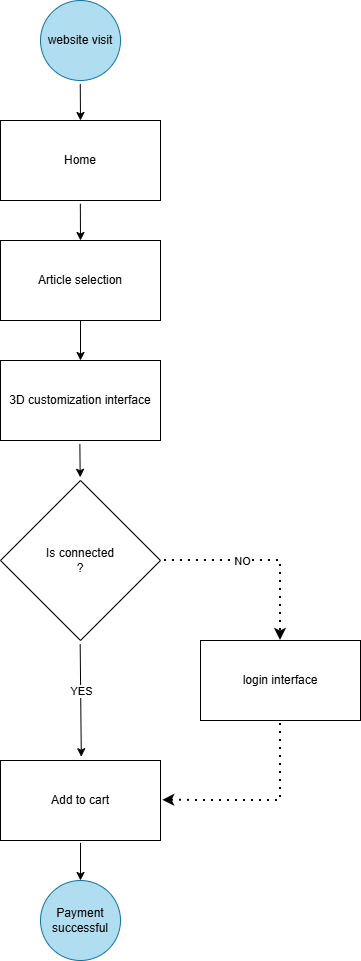
Gr3nvaltBlack/XYZ-Axis-Space keeps this draw.io diagram as documents/flows/MacroFlow.png. Above is the earlier version. Source tidied: cells renumbered, new cells last; positions are measured from the earlier drawing's top-left corner, leaving out a move shared by most shapes. The source it was exported from:
```xml
<mxGraphModel>
  <root>
    <mxCell id="0" />
    <mxCell id="1" parent="0" />
    <mxCell id="2" value="website visit" style="ellipse;whiteSpace=wrap;html=1;fillColor=#b1ddf0;strokeColor=#10739e;" parent="1" vertex="1">
      <mxGeometry x="40" width="80" height="80" as="geometry" />
    </mxCell>
    <mxCell id="3" value="Home" style="rounded=0;whiteSpace=wrap;html=1;" parent="1" vertex="1">
      <mxGeometry y="120" width="160" height="80" as="geometry" />
    </mxCell>
    <mxCell id="4" value="Article selection" style="rounded=0;whiteSpace=wrap;html=1;" parent="1" vertex="1">
      <mxGeometry y="240" width="160" height="80" as="geometry" />
    </mxCell>
    <mxCell id="5" style="endArrow=classic;html=1;rounded=0;exitX=0.5;exitY=1;exitDx=0;exitDy=0;entryX=0.5;entryY=0;entryDx=0;entryDy=0;" parent="1" edge="1" source="4" target="6">
      <mxGeometry relative="1" as="geometry" />
    </mxCell>
    <mxCell id="6" value="3D customization interface" style="rounded=0;whiteSpace=wrap;html=1;" parent="1" vertex="1">
      <mxGeometry y="360" width="160" height="80" as="geometry" />
    </mxCell>
    <mxCell id="7" style="endArrow=classic;html=1;rounded=0;exitX=0.497;exitY=1.043;exitDx=0;exitDy=0;exitPerimeter=0;entryX=0.5;entryY=0;entryDx=0;entryDy=0;" parent="1" edge="1" source="2" target="3">
      <mxGeometry relative="1" as="geometry" />
    </mxCell>
    <mxCell id="8" style="endArrow=classic;html=1;rounded=0;entryX=0.5;entryY=0;entryDx=0;entryDy=0;exitX=0.499;exitY=1.04;exitDx=0;exitDy=0;exitPerimeter=0;" parent="1" edge="1" source="3" target="4">
      <mxGeometry relative="1" as="geometry" />
    </mxCell>
    <mxCell id="9" value="Is connected&lt;div&gt;?&lt;/div&gt;" style="rhombus;whiteSpace=wrap;html=1;" parent="1" vertex="1">
      <mxGeometry y="480" width="160" height="160" as="geometry" />
    </mxCell>
    <mxCell id="10" style="endArrow=classic;html=1;rounded=0;entryX=0.498;entryY=-0.02;entryDx=0;entryDy=0;entryPerimeter=0;exitX=0.496;exitY=1.045;exitDx=0;exitDy=0;exitPerimeter=0;" parent="1" edge="1" source="6" target="9">
      <mxGeometry relative="1" as="geometry" />
    </mxCell>
    <mxCell id="11" style="endArrow=classic;html=1;rounded=0;exitX=0.498;exitY=1.022;exitDx=0;exitDy=0;exitPerimeter=0;entryX=0.505;entryY=-0.047;entryDx=0;entryDy=0;entryPerimeter=0;" parent="1" edge="1" source="9" target="14">
      <mxGeometry relative="1" as="geometry" />
    </mxCell>
    <mxCell id="12" value="YES" style="edgeLabel;html=1;align=center;verticalAlign=middle;" parent="11" vertex="1">
      <mxGeometry x="-0.16" y="1" relative="1" as="geometry">
        <mxPoint x="-1" as="offset" />
      </mxGeometry>
    </mxCell>
    <mxCell id="13" value="login interface" style="rounded=0;whiteSpace=wrap;html=1;" parent="1" vertex="1">
      <mxGeometry x="200" y="640" width="160" height="80" as="geometry" />
    </mxCell>
    <mxCell id="14" value="Add to cart" style="rounded=0;whiteSpace=wrap;html=1;" parent="1" vertex="1">
      <mxGeometry y="760" width="160" height="80" as="geometry" />
    </mxCell>
    <mxCell id="15" style="endArrow=classic;dashed=1;html=1;dashPattern=1 3;strokeWidth=2;rounded=0;endFill=1;entryX=0.5;entryY=0;entryDx=0;entryDy=0;" parent="1" edge="1" target="13">
      <mxGeometry relative="1" as="geometry">
        <mxPoint x="164" y="560" as="sourcePoint" />
        <Array as="points">
          <mxPoint x="280" y="560" />
        </Array>
      </mxGeometry>
    </mxCell>
    <mxCell id="16" value="NO" style="edgeLabel;html=1;align=center;verticalAlign=middle;" parent="15" vertex="1">
      <mxGeometry x="-0.22" y="1" relative="1" as="geometry">
        <mxPoint y="1" as="offset" />
      </mxGeometry>
    </mxCell>
    <mxCell id="17" style="endArrow=classic;dashed=1;html=1;dashPattern=1 3;strokeWidth=2;rounded=0;endFill=1;exitX=0.5;exitY=1.038;exitDx=0;exitDy=0;exitPerimeter=0;entryX=1.014;entryY=0.498;entryDx=0;entryDy=0;entryPerimeter=0;" parent="1" edge="1" source="13" target="14">
      <mxGeometry relative="1" as="geometry">
        <Array as="points">
          <mxPoint x="280" y="800" />
        </Array>
      </mxGeometry>
    </mxCell>
    <mxCell id="18" style="endArrow=classic;html=1;rounded=0;exitX=0.5;exitY=1.03;exitDx=0;exitDy=0;exitPerimeter=0;entryX=0.5;entryY=0;entryDx=0;entryDy=0;" parent="1" edge="1" source="14" target="19">
      <mxGeometry relative="1" as="geometry" />
    </mxCell>
    <mxCell id="19" value="Payment successful" style="ellipse;whiteSpace=wrap;html=1;fillColor=#b1ddf0;strokeColor=#10739e;" parent="1" vertex="1">
      <mxGeometry x="40" y="880" width="80" height="80" as="geometry" />
    </mxCell>
  </root>
</mxGraphModel>
```
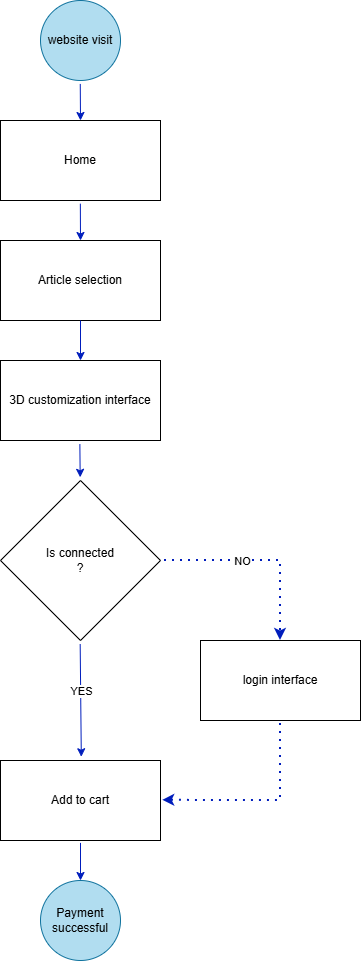
The same diagram one commit later.

Commit message:
Adding color to the arrows

The edit, as a diff of the source:
```diff
@@ -11,25 +11,25 @@
     <mxCell id="4" value="Article selection" style="rounded=0;whiteSpace=wrap;html=1;" parent="1" vertex="1">
       <mxGeometry y="240" width="160" height="80" as="geometry" />
     </mxCell>
-    <mxCell id="5" style="endArrow=classic;html=1;rounded=0;exitX=0.5;exitY=1;exitDx=0;exitDy=0;entryX=0.5;entryY=0;entryDx=0;entryDy=0;" parent="1" edge="1" source="4" target="6">
+    <mxCell id="5" style="endArrow=classic;html=1;rounded=0;exitX=0.5;exitY=1;exitDx=0;exitDy=0;entryX=0.5;entryY=0;entryDx=0;entryDy=0;fillColor=#0050ef;strokeColor=#001DBC;" parent="1" edge="1" source="4" target="6">
       <mxGeometry relative="1" as="geometry" />
     </mxCell>
     <mxCell id="6" value="3D customization interface" style="rounded=0;whiteSpace=wrap;html=1;" parent="1" vertex="1">
       <mxGeometry y="360" width="160" height="80" as="geometry" />
     </mxCell>
-    <mxCell id="7" style="endArrow=classic;html=1;rounded=0;exitX=0.497;exitY=1.043;exitDx=0;exitDy=0;exitPerimeter=0;entryX=0.5;entryY=0;entryDx=0;entryDy=0;" parent="1" edge="1" source="2" target="3">
+    <mxCell id="7" style="endArrow=classic;html=1;rounded=0;exitX=0.497;exitY=1.043;exitDx=0;exitDy=0;exitPerimeter=0;entryX=0.5;entryY=0;entryDx=0;entryDy=0;fillColor=#0050ef;strokeColor=#001DBC;" parent="1" edge="1" source="2" target="3">
       <mxGeometry relative="1" as="geometry" />
     </mxCell>
-    <mxCell id="8" style="endArrow=classic;html=1;rounded=0;entryX=0.5;entryY=0;entryDx=0;entryDy=0;exitX=0.499;exitY=1.04;exitDx=0;exitDy=0;exitPerimeter=0;" parent="1" edge="1" source="3" target="4">
+    <mxCell id="8" style="endArrow=classic;html=1;rounded=0;entryX=0.5;entryY=0;entryDx=0;entryDy=0;exitX=0.499;exitY=1.04;exitDx=0;exitDy=0;exitPerimeter=0;fillColor=#0050ef;strokeColor=#001DBC;" parent="1" edge="1" source="3" target="4">
       <mxGeometry relative="1" as="geometry" />
     </mxCell>
     <mxCell id="9" value="Is connected&lt;div&gt;?&lt;/div&gt;" style="rhombus;whiteSpace=wrap;html=1;" parent="1" vertex="1">
       <mxGeometry y="480" width="160" height="160" as="geometry" />
     </mxCell>
-    <mxCell id="10" style="endArrow=classic;html=1;rounded=0;entryX=0.498;entryY=-0.02;entryDx=0;entryDy=0;entryPerimeter=0;exitX=0.496;exitY=1.045;exitDx=0;exitDy=0;exitPerimeter=0;" parent="1" edge="1" source="6" target="9">
+    <mxCell id="10" style="endArrow=classic;html=1;rounded=0;entryX=0.498;entryY=-0.02;entryDx=0;entryDy=0;entryPerimeter=0;exitX=0.496;exitY=1.045;exitDx=0;exitDy=0;exitPerimeter=0;fillColor=#0050ef;strokeColor=#001DBC;" parent="1" edge="1" source="6" target="9">
       <mxGeometry relative="1" as="geometry" />
     </mxCell>
-    <mxCell id="11" style="endArrow=classic;html=1;rounded=0;exitX=0.498;exitY=1.022;exitDx=0;exitDy=0;exitPerimeter=0;entryX=0.505;entryY=-0.047;entryDx=0;entryDy=0;entryPerimeter=0;" parent="1" edge="1" source="9" target="14">
+    <mxCell id="11" style="endArrow=classic;html=1;rounded=0;exitX=0.498;exitY=1.022;exitDx=0;exitDy=0;exitPerimeter=0;entryX=0.505;entryY=-0.047;entryDx=0;entryDy=0;entryPerimeter=0;fillColor=#0050ef;strokeColor=#001DBC;" parent="1" edge="1" source="9" target="14">
       <mxGeometry relative="1" as="geometry" />
     </mxCell>
     <mxCell id="12" value="YES" style="edgeLabel;html=1;align=center;verticalAlign=middle;" parent="11" vertex="1">
@@ -43,7 +43,7 @@
     <mxCell id="14" value="Add to cart" style="rounded=0;whiteSpace=wrap;html=1;" parent="1" vertex="1">
       <mxGeometry y="760" width="160" height="80" as="geometry" />
     </mxCell>
-    <mxCell id="15" style="endArrow=classic;dashed=1;html=1;dashPattern=1 3;strokeWidth=2;rounded=0;endFill=1;entryX=0.5;entryY=0;entryDx=0;entryDy=0;" parent="1" edge="1" target="13">
+    <mxCell id="15" style="endArrow=classic;dashed=1;html=1;dashPattern=1 3;strokeWidth=2;rounded=0;endFill=1;entryX=0.5;entryY=0;entryDx=0;entryDy=0;fillColor=#0050ef;strokeColor=#001DBC;" parent="1" edge="1" target="13">
       <mxGeometry relative="1" as="geometry">
         <mxPoint x="164" y="560" as="sourcePoint" />
         <Array as="points">
@@ -56,14 +56,14 @@
         <mxPoint y="1" as="offset" />
       </mxGeometry>
     </mxCell>
-    <mxCell id="17" style="endArrow=classic;dashed=1;html=1;dashPattern=1 3;strokeWidth=2;rounded=0;endFill=1;exitX=0.5;exitY=1.038;exitDx=0;exitDy=0;exitPerimeter=0;entryX=1.014;entryY=0.498;entryDx=0;entryDy=0;entryPerimeter=0;" parent="1" edge="1" source="13" target="14">
+    <mxCell id="17" style="endArrow=classic;dashed=1;html=1;dashPattern=1 3;strokeWidth=2;rounded=0;endFill=1;exitX=0.5;exitY=1.038;exitDx=0;exitDy=0;exitPerimeter=0;entryX=1.014;entryY=0.498;entryDx=0;entryDy=0;entryPerimeter=0;fillColor=#0050ef;strokeColor=#001DBC;" parent="1" edge="1" source="13" target="14">
       <mxGeometry relative="1" as="geometry">
         <Array as="points">
           <mxPoint x="280" y="800" />
         </Array>
       </mxGeometry>
     </mxCell>
-    <mxCell id="18" style="endArrow=classic;html=1;rounded=0;exitX=0.5;exitY=1.03;exitDx=0;exitDy=0;exitPerimeter=0;entryX=0.5;entryY=0;entryDx=0;entryDy=0;" parent="1" edge="1" source="14" target="19">
+    <mxCell id="18" style="endArrow=classic;html=1;rounded=0;exitX=0.5;exitY=1.03;exitDx=0;exitDy=0;exitPerimeter=0;entryX=0.5;entryY=0;entryDx=0;entryDy=0;fillColor=#0050ef;strokeColor=#001DBC;" parent="1" edge="1" source="14" target="19">
       <mxGeometry relative="1" as="geometry" />
     </mxCell>
     <mxCell id="19" value="Payment successful" style="ellipse;whiteSpace=wrap;html=1;fillColor=#b1ddf0;strokeColor=#10739e;" parent="1" vertex="1">
```
